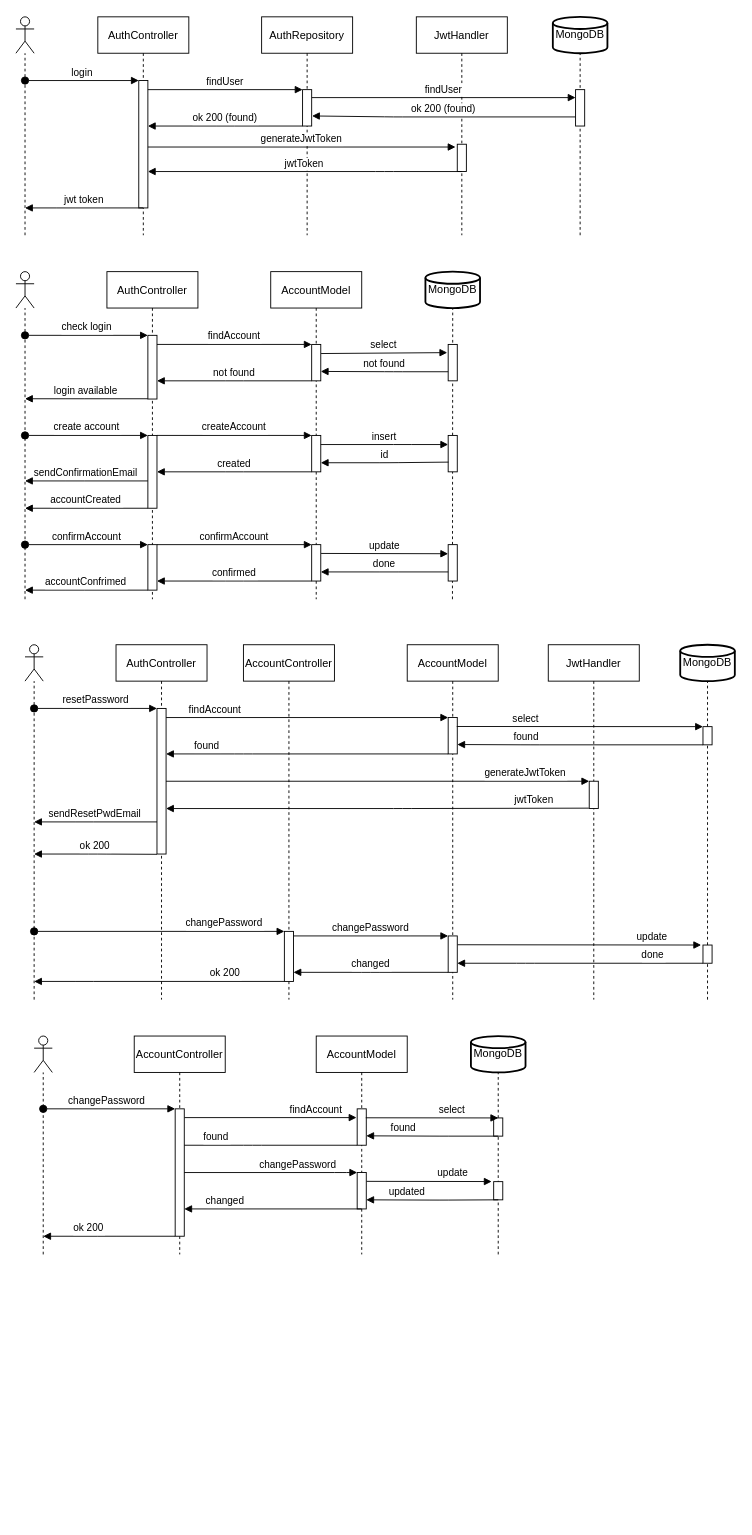
shardoc/shardoc.github.io keeps this draw.io diagram as diagrams/auth.drawio. Above is the earlier version. Source tidied: cells renumbered, new cells numbered last; positions are measured from the earlier drawing's top-left corner, leaving out a move shared by most shapes. Both pictures are drawn from the tidied source at 91%, with x=0, y=0 at pixel (15, 16).
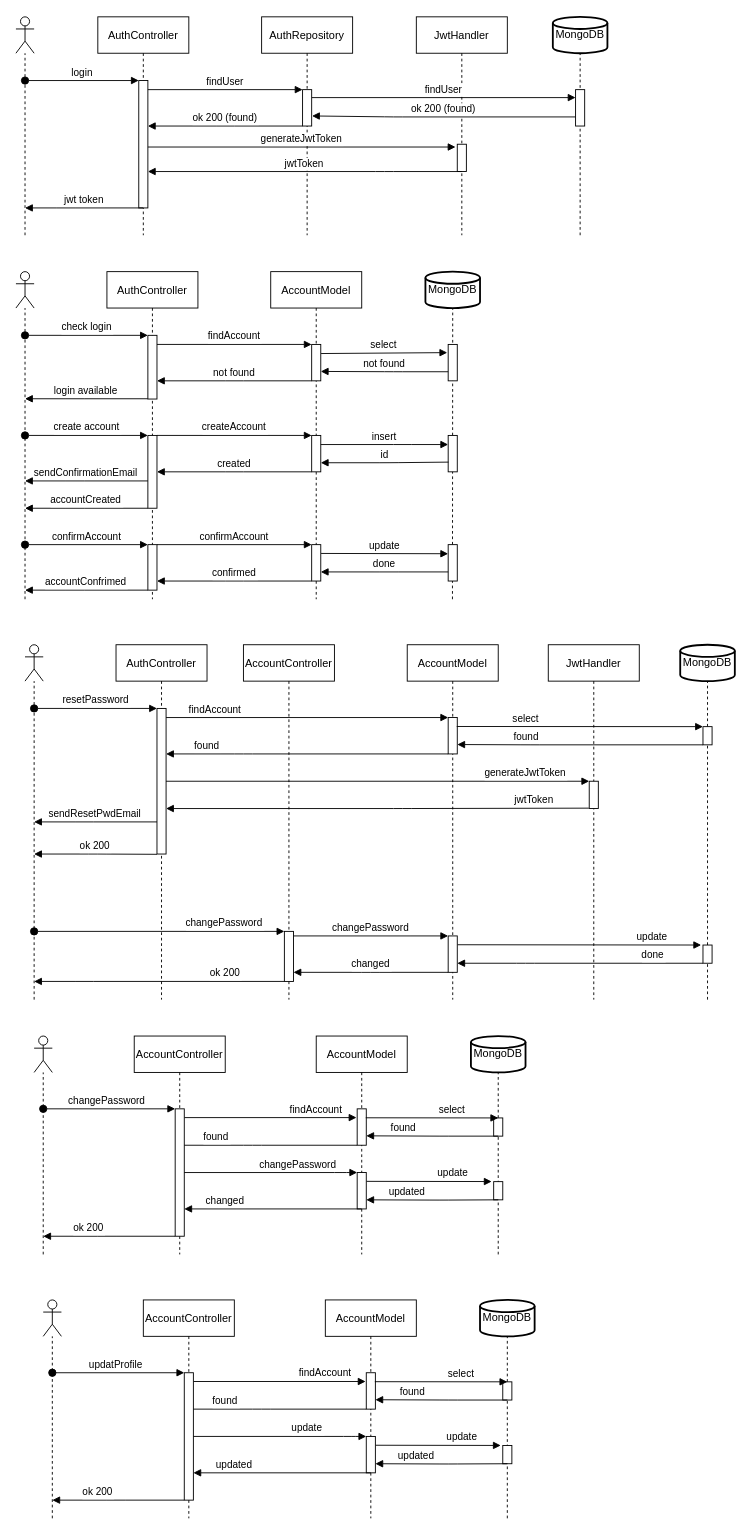
The same diagram, later.

Diff of the diagram source:
```diff
@@
+    <mxCell id="106" value="AccountModel" style="shape=umlLifeline;perimeter=lifelinePerimeter;rounded=0;shadow=0;strokeWidth=1;" parent="1" vertex="1">
+      <mxGeometry x="340" y="1410" width="100" height="240" as="geometry" />
+    </mxCell>
+    <mxCell id="107" style="points=[];perimeter=orthogonalPerimeter;rounded=0;shadow=0;strokeWidth=1;" parent="106" vertex="1">
+      <mxGeometry x="45" y="80" width="10" height="40" as="geometry" />
+    </mxCell>
+    <mxCell id="108" style="points=[];perimeter=orthogonalPerimeter;rounded=0;shadow=0;strokeWidth=1;" parent="106" vertex="1">
+      <mxGeometry x="45" y="150" width="10" height="40" as="geometry" />
+    </mxCell>
+    <mxCell id="109" value="findAccount" style="verticalAlign=bottom;endArrow=block;shadow=0;strokeWidth=1;entryX=-0.074;entryY=0.241;entryDx=0;entryDy=0;entryPerimeter=0;" parent="1" edge="1" source="123" target="107">
+      <mxGeometry x="0.53" relative="1" as="geometry" />
+    </mxCell>
+    <mxCell id="110" value="found" style="verticalAlign=bottom;endArrow=block;shadow=0;strokeWidth=1;" parent="1" edge="1" source="107">
+      <mxGeometry x="0.55" relative="1" as="geometry">
+        <mxPoint x="185" y="1530" as="targetPoint" />
+        <Array as="points">
+          <mxPoint x="270" y="1530" />
+        </Array>
+      </mxGeometry>
+    </mxCell>
+    <mxCell id="111" style="shape=umlActor;verticalLabelPosition=bottom;verticalAlign=top;html=1;outlineConnect=0;" parent="1" vertex="1">
+      <mxGeometry x="30" y="1410" width="20" height="40" as="geometry" />
+    </mxCell>
+    <mxCell id="112" style="endArrow=none;dashed=1;html=1;" parent="1" edge="1" target="111">
+      <mxGeometry relative="1" as="geometry">
+        <mxPoint x="40" y="1650" as="sourcePoint" />
+      </mxGeometry>
+    </mxCell>
+    <mxCell id="113" value="updatProfile" style="verticalAlign=bottom;startArrow=oval;endArrow=block;startSize=8;shadow=0;strokeWidth=1;" parent="1" edge="1">
+      <mxGeometry x="-0.03" relative="1" as="geometry">
+        <mxPoint x="40" y="1490" as="sourcePoint" />
+        <mxPoint x="185" y="1490" as="targetPoint" />
+      </mxGeometry>
+    </mxCell>
+    <mxCell id="114" value="ok 200" style="verticalAlign=bottom;endArrow=block;shadow=0;strokeWidth=1;" parent="1" edge="1">
+      <mxGeometry x="0.31" relative="1" as="geometry">
+        <mxPoint x="185" y="1630" as="sourcePoint" />
+        <mxPoint x="40" y="1630" as="targetPoint" />
+        <Array as="points">
+          <mxPoint x="110" y="1630" />
+        </Array>
+      </mxGeometry>
+    </mxCell>
+    <mxCell id="115" value="MongoDB" style="strokeWidth=2;html=1;shape=mxgraph.flowchart.database;whiteSpace=wrap;" parent="1" vertex="1">
+      <mxGeometry x="510" y="1410" width="60" height="40" as="geometry" />
+    </mxCell>
+    <mxCell id="116" style="endArrow=none;dashed=1;html=1;entryX=0.5;entryY=1;entryDx=0;entryDy=0;entryPerimeter=0;" parent="1" edge="1" target="115">
+      <mxGeometry relative="1" as="geometry">
+        <mxPoint x="540" y="1650" as="sourcePoint" />
+      </mxGeometry>
+    </mxCell>
+    <mxCell id="117" style="perimeter=orthogonalPerimeter;rounded=0;shadow=0;strokeWidth=1;" parent="1" vertex="1">
+      <mxGeometry x="535" y="1500" width="10" height="20" as="geometry" />
+    </mxCell>
+    <mxCell id="118" value="select" style="verticalAlign=bottom;endArrow=block;shadow=0;strokeWidth=1;exitX=0.943;exitY=0.246;exitDx=0;exitDy=0;exitPerimeter=0;" parent="1" edge="1" source="107">
+      <mxGeometry x="0.31" relative="1" as="geometry">
+        <mxPoint x="540" y="1500" as="targetPoint" />
+      </mxGeometry>
+    </mxCell>
+    <mxCell id="119" value="found" style="verticalAlign=bottom;endArrow=block;shadow=0;strokeWidth=1;entryX=1;entryY=0.742;entryDx=0;entryDy=0;entryPerimeter=0;" parent="1" edge="1" target="107">
+      <mxGeometry x="0.44" relative="1" as="geometry">
+        <mxPoint x="540" y="1520" as="sourcePoint" />
+        <Array as="points">
+          <mxPoint x="475" y="1520" />
+        </Array>
+      </mxGeometry>
+    </mxCell>
+    <mxCell id="120" style="points=[];perimeter=orthogonalPerimeter;rounded=0;shadow=0;strokeWidth=1;" parent="1" vertex="1">
+      <mxGeometry x="535" y="1570" width="10" height="20" as="geometry" />
+    </mxCell>
+    <mxCell id="121" value="update" style="verticalAlign=bottom;endArrow=block;shadow=0;strokeWidth=1;exitX=1.033;exitY=0.242;exitDx=0;exitDy=0;exitPerimeter=0;entryX=-0.221;entryY=-0.005;entryDx=0;entryDy=0;entryPerimeter=0;" parent="1" edge="1" source="108" target="120">
+      <mxGeometry x="0.38" relative="1" as="geometry" />
+    </mxCell>
+    <mxCell id="122" value="AccountController" style="shape=umlLifeline;perimeter=lifelinePerimeter;rounded=0;shadow=0;strokeWidth=1;" parent="1" vertex="1">
+      <mxGeometry x="140" y="1410" width="100" height="240" as="geometry" />
+    </mxCell>
+    <mxCell id="123" style="points=[];perimeter=orthogonalPerimeter;rounded=0;shadow=0;strokeWidth=1;" parent="1" vertex="1">
+      <mxGeometry x="185" y="1490" width="10" height="140" as="geometry" />
+    </mxCell>
+    <mxCell id="124" value="update" style="verticalAlign=bottom;endArrow=block;shadow=0;strokeWidth=1;" parent="1" edge="1" source="123" target="108">
+      <mxGeometry x="0.32" relative="1" as="geometry">
+        <Array as="points">
+          <mxPoint x="370" y="1560" />
+        </Array>
+      </mxGeometry>
+    </mxCell>
+    <mxCell id="125" value="updated" style="verticalAlign=bottom;endArrow=block;shadow=0;strokeWidth=1;" parent="1" edge="1" target="123">
+      <mxGeometry x="0.54" relative="1" as="geometry">
+        <mxPoint x="390" y="1600" as="sourcePoint" />
+      </mxGeometry>
+    </mxCell>
+    <mxCell id="126" value="updated" style="verticalAlign=bottom;endArrow=block;shadow=0;strokeWidth=1;entryX=1;entryY=0.742;entryDx=0;entryDy=0;entryPerimeter=0;" parent="1" edge="1">
+      <mxGeometry x="0.38" relative="1" as="geometry">
+        <mxPoint x="540" y="1590" as="sourcePoint" />
+        <mxPoint x="395" y="1590" as="targetPoint" />
+        <Array as="points">
+          <mxPoint x="475" y="1590.3" />
+        </Array>
+      </mxGeometry>
+    </mxCell>
```
